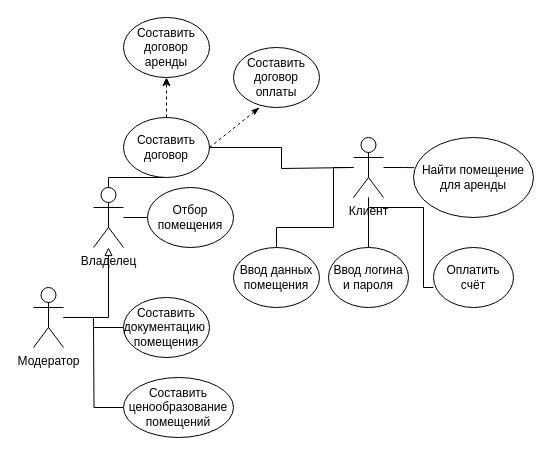
Above: page "Отношения ассоциации" (1 of 4) of Диаграмма без названия.drawio in BariNiaz/Botai (draw.io), before the change. Source tidied: cells renumbered, new cells numbered last; positions are measured from the earlier drawing's top-left corner, leaving out a move shared by most shapes. Both pictures are drawn from the tidied source at 100%, with x=0, y=0 at pixel (33, 17).
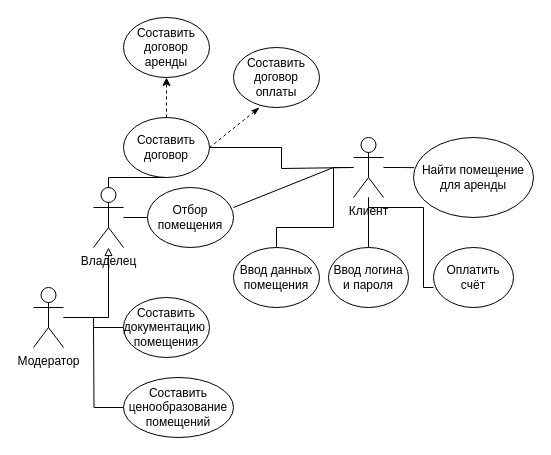
After the change.

Diff of the diagram source:
```diff
@@
+    <mxCell id="27" style="html=1;rounded=0;endArrow=none;endFill=0;" parent="1" edge="1">
+      <mxGeometry relative="1" as="geometry">
+        <mxPoint x="200" y="190" as="sourcePoint" />
+        <mxPoint x="300" y="150" as="targetPoint" />
+      </mxGeometry>
+    </mxCell>
```
